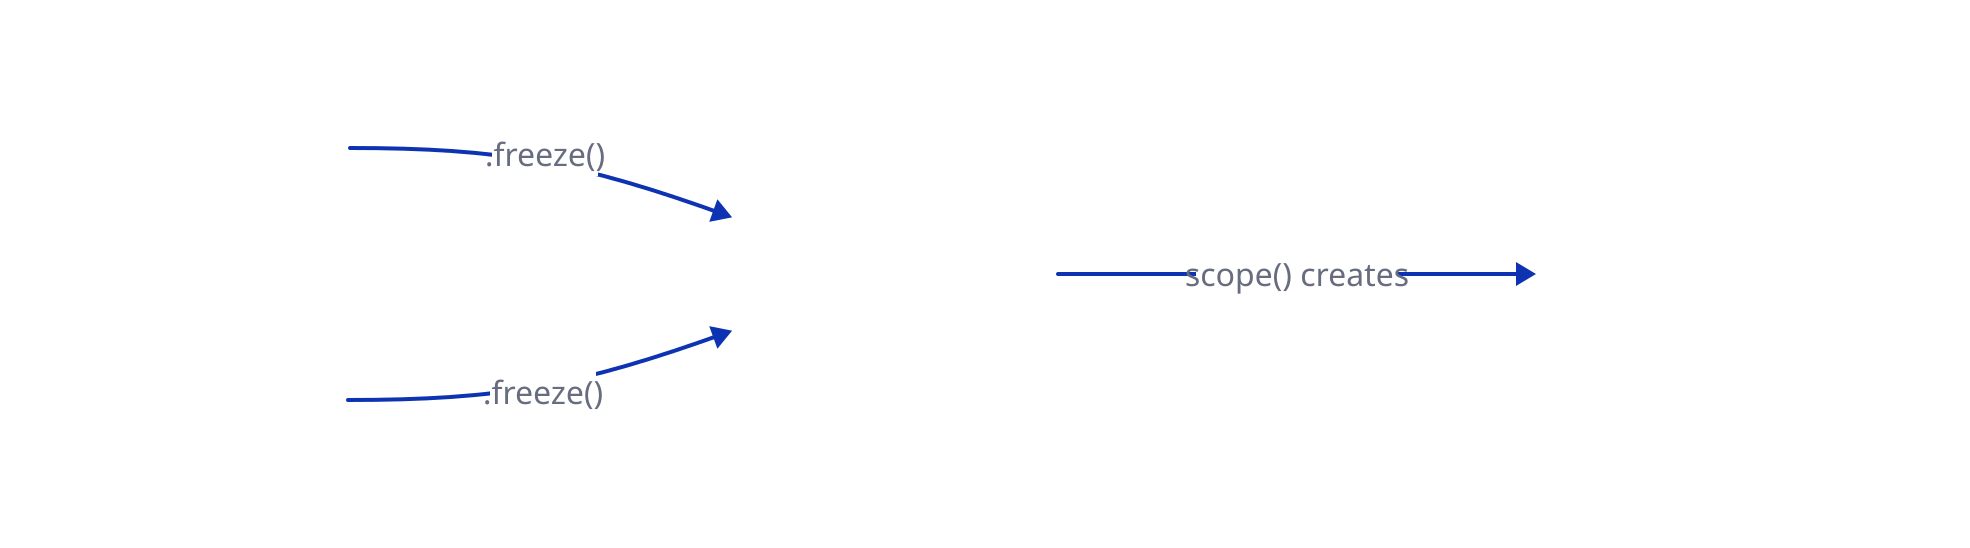
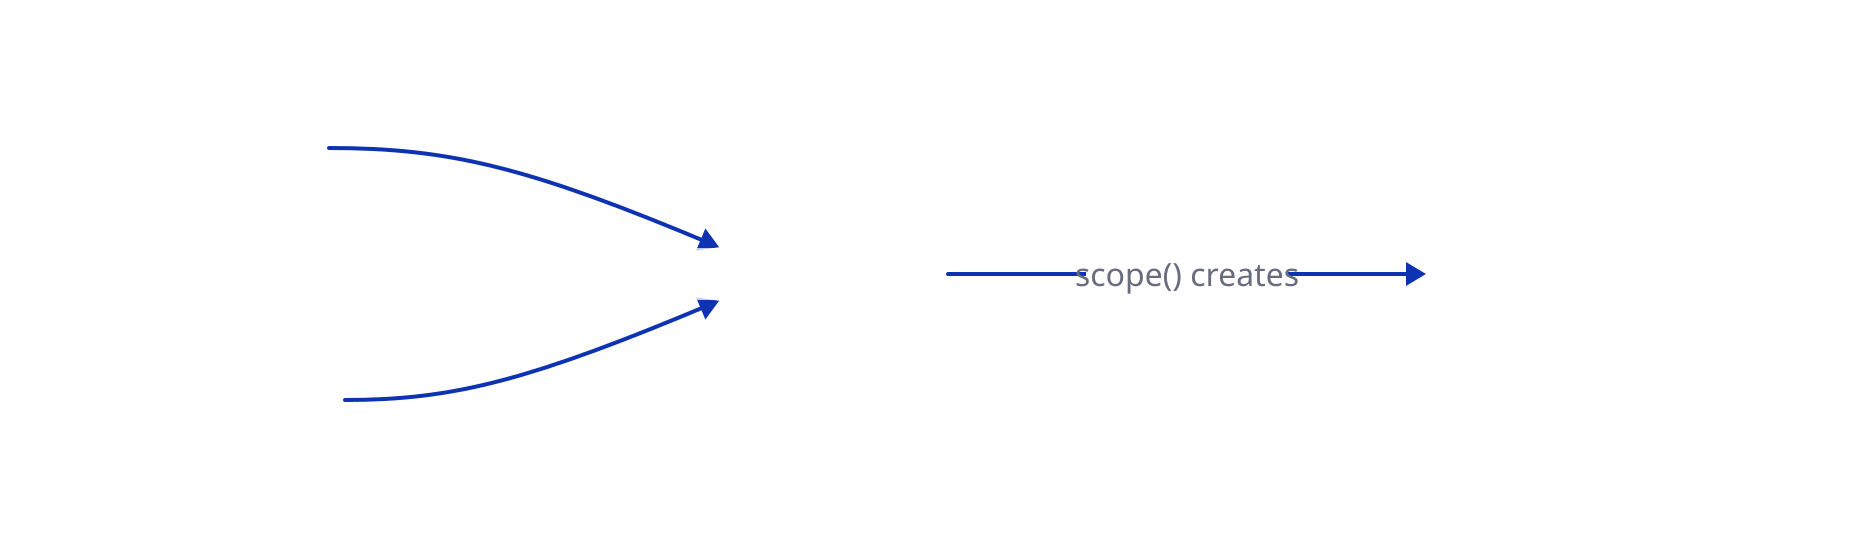
style: {
    fill: transparent
}

vars: {
    d2-config: {
        pad: 40
    }
}

direction: right

- DepsRegistry: {
+ DepsPlan: {
    shape: rectangle
    label: |md
-         ### Deps Registry
-         Authoring + freeze()
+         ### DepsRegistry
+         What to build
    |
}

LifecyclePlan: {
    shape: rectangle
    label: |md
-         ### Lifecycle Plan
+         ### LifecyclePlan
        Startup / shutdown
    |
}

Runtime: {
    shape: rectangle
    style: {
        stroke: "#4a90d9"
    }
    label: |md
        ### ExecutionRuntime
-         Frozen registries only
    |
}

Context: {
    shape: rectangle
    style: {
        stroke: "#2e7d32"
    }
    label: |md
        ### ExecutionContext
        Resolve ports for handlers
    |
}

- DepsRegistry -> Runtime: .freeze()
- LifecyclePlan -> Runtime: .freeze()
+ DepsPlan -> Runtime
+ LifecyclePlan -> Runtime
Runtime -> Context: scope() creates
